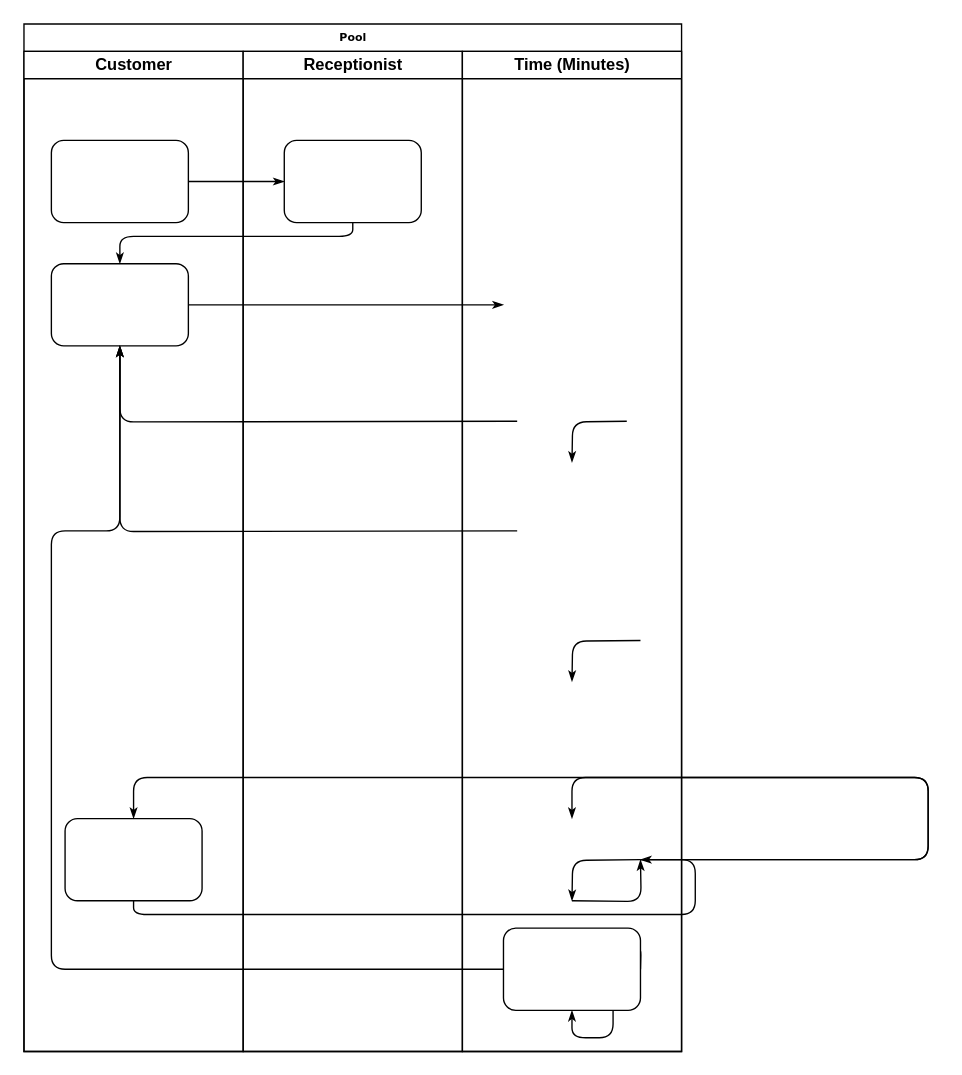
doyaoencab/draw.io keeps this draw.io diagram as Untitled Diagram.drawio. Above is the earlier version. Source tidied: cells renumbered, new cells numbered last; positions are measured from the earlier drawing's top-left corner, leaving out a move shared by most shapes. Both pictures are drawn from the tidied source at 137%, with x=0, y=0 at pixel (23, 23).
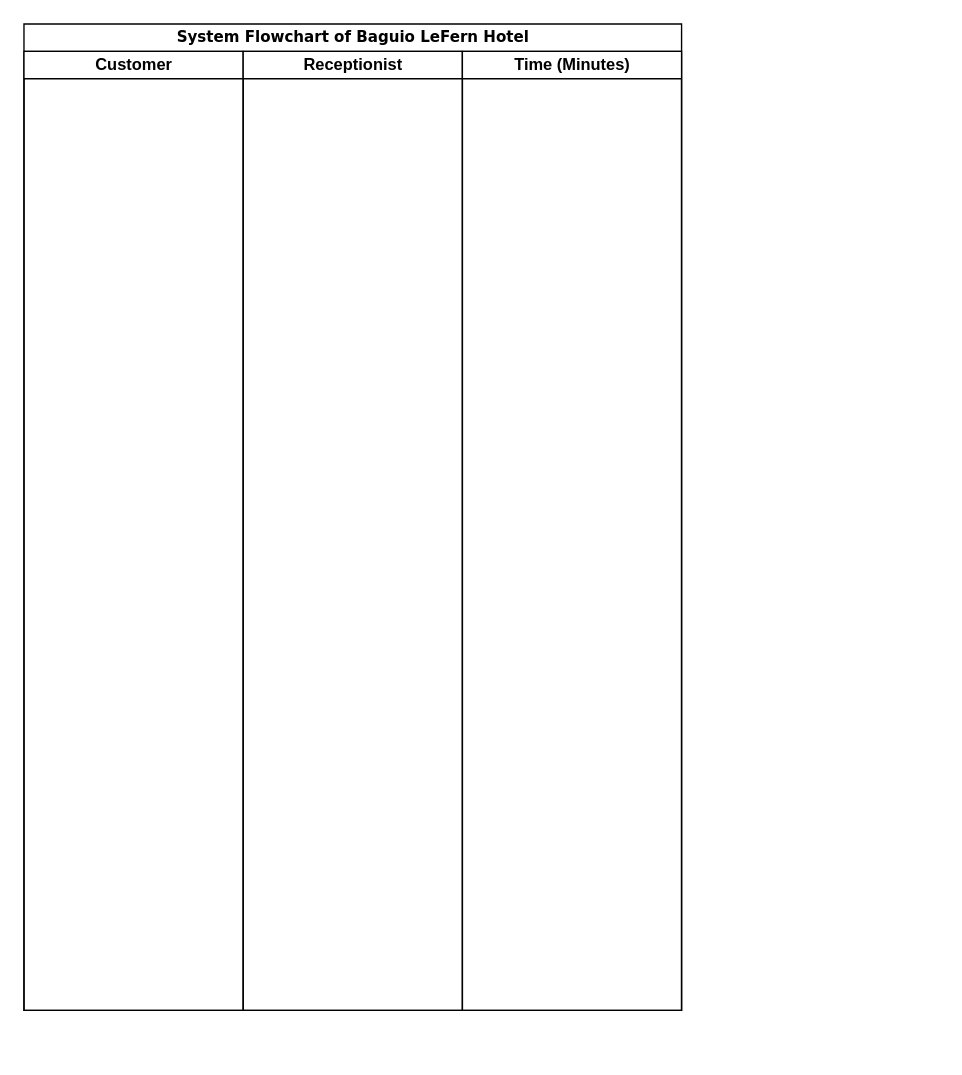
The same diagram, later.

Diff of the diagram source:
```diff
@@
-    <mxCell id="2" value="Pool" style="swimlane;html=1;startSize=20;rounded=0;shadow=0;labelBackgroundColor=none;strokeWidth=1;fontFamily=Verdana;fontSize=8;align=center;" parent="1" vertex="1">
-      <mxGeometry width="480" height="750" as="geometry" />
+    <mxCell id="2" value="&lt;font style=&quot;font-size: 11px;&quot;&gt;System Flowchart of Baguio LeFern Hotel&lt;/font&gt;" style="swimlane;html=1;startSize=20;rounded=0;shadow=0;labelBackgroundColor=none;strokeWidth=1;fontFamily=Verdana;fontSize=8;align=center;" parent="1" vertex="1">
+      <mxGeometry width="480" height="720" as="geometry" />
     </mxCell>
     <mxCell id="3" value="Customer" style="swimlane;html=1;startSize=20;" parent="2" vertex="1">
-      <mxGeometry y="20" width="160" height="730" as="geometry" />
+      <mxGeometry y="20" width="160" height="700" as="geometry" />
     </mxCell>
-    <mxCell id="4" style="rounded=1;whiteSpace=wrap;html=1;shadow=0;labelBackgroundColor=none;strokeWidth=1;fontFamily=Verdana;fontSize=8;align=center;" parent="3" vertex="1">
-      <mxGeometry x="20" y="65" width="100" height="60" as="geometry" />
-    </mxCell>
-    <mxCell id="5" style="rounded=1;whiteSpace=wrap;html=1;shadow=0;labelBackgroundColor=none;strokeWidth=1;fontFamily=Verdana;fontSize=8;align=center;" parent="3" vertex="1">
-      <mxGeometry x="20" y="155" width="100" height="60" as="geometry" />
-    </mxCell>
-    <mxCell id="6" style="rounded=1;whiteSpace=wrap;html=1;shadow=0;labelBackgroundColor=none;strokeWidth=1;fontFamily=Verdana;fontSize=8;align=center;" parent="3" vertex="1">
-      <mxGeometry x="30" y="560" width="100" height="60" as="geometry" />
-    </mxCell>
-    <mxCell id="7" style="edgeStyle=orthogonalEdgeStyle;rounded=1;html=1;labelBackgroundColor=none;startArrow=none;startFill=0;startSize=5;endArrow=classicThin;endFill=1;endSize=5;jettySize=auto;strokeWidth=1;fontFamily=Verdana;fontSize=8;" parent="2" edge="1" source="4" target="23">
-      <mxGeometry relative="1" as="geometry" />
-    </mxCell>
-    <mxCell id="8" style="edgeStyle=orthogonalEdgeStyle;rounded=1;html=1;labelBackgroundColor=none;startArrow=none;startFill=0;startSize=5;endArrow=classicThin;endFill=1;endSize=5;jettySize=auto;strokeWidth=1;fontFamily=Verdana;fontSize=8;" parent="2" edge="1" source="23" target="5">
-      <mxGeometry relative="1" as="geometry">
-        <Array as="points">
-          <mxPoint x="240" y="155" />
-          <mxPoint x="70" y="155" />
-        </Array>
-      </mxGeometry>
-    </mxCell>
-    <mxCell id="9" style="edgeStyle=orthogonalEdgeStyle;rounded=1;html=1;labelBackgroundColor=none;startArrow=none;startFill=0;startSize=5;endArrow=classicThin;endFill=1;endSize=5;jettySize=auto;strokeWidth=1;fontFamily=Verdana;fontSize=8;" parent="2" edge="1" source="5">
-      <mxGeometry relative="1" as="geometry">
-        <mxPoint x="350" y="205" as="targetPoint" />
-      </mxGeometry>
-    </mxCell>
-    <mxCell id="10" style="edgeStyle=orthogonalEdgeStyle;rounded=1;html=1;labelBackgroundColor=none;startArrow=none;startFill=0;startSize=5;endArrow=classicThin;endFill=1;endSize=5;jettySize=auto;strokeWidth=1;fontFamily=Verdana;fontSize=8;" parent="2" edge="1" target="5">
-      <mxGeometry relative="1" as="geometry">
-        <mxPoint x="360" y="290" as="sourcePoint" />
-      </mxGeometry>
-    </mxCell>
-    <mxCell id="11" style="edgeStyle=orthogonalEdgeStyle;rounded=1;html=1;labelBackgroundColor=none;startArrow=none;startFill=0;startSize=5;endArrow=classicThin;endFill=1;endSize=5;jettySize=auto;strokeWidth=1;fontFamily=Verdana;fontSize=8;" parent="2" edge="1" target="5">
-      <mxGeometry relative="1" as="geometry">
-        <mxPoint x="360" y="370" as="sourcePoint" />
-      </mxGeometry>
-    </mxCell>
-    <mxCell id="12" style="edgeStyle=orthogonalEdgeStyle;rounded=1;html=1;labelBackgroundColor=none;startArrow=none;startFill=0;startSize=5;endArrow=classicThin;endFill=1;endSize=5;jettySize=auto;strokeWidth=1;fontFamily=Verdana;fontSize=8;" parent="2" edge="1" target="5">
-      <mxGeometry relative="1" as="geometry">
-        <mxPoint x="360" y="690" as="sourcePoint" />
-        <Array as="points">
-          <mxPoint x="20" y="690" />
-          <mxPoint x="20" y="370" />
-          <mxPoint x="70" y="370" />
-        </Array>
-      </mxGeometry>
-    </mxCell>
-    <mxCell id="13" style="edgeStyle=orthogonalEdgeStyle;rounded=1;html=1;labelBackgroundColor=none;startArrow=none;startFill=0;startSize=5;endArrow=classicThin;endFill=1;endSize=5;jettySize=auto;orthogonalLoop=1;strokeWidth=1;fontFamily=Verdana;fontSize=8;" parent="2" edge="1">
-      <mxGeometry relative="1" as="geometry">
-        <mxPoint x="440" y="290" as="sourcePoint" />
-        <mxPoint x="400" y="320" as="targetPoint" />
-      </mxGeometry>
-    </mxCell>
-    <mxCell id="14" style="edgeStyle=orthogonalEdgeStyle;rounded=1;html=1;labelBackgroundColor=none;startArrow=none;startFill=0;startSize=5;endArrow=classicThin;endFill=1;endSize=5;jettySize=auto;orthogonalLoop=1;strokeWidth=1;fontFamily=Verdana;fontSize=8;" parent="2" edge="1">
-      <mxGeometry relative="1" as="geometry">
-        <mxPoint x="440" y="690" as="sourcePoint" />
-        <mxPoint x="400" y="720" as="targetPoint" />
-      </mxGeometry>
-    </mxCell>
-    <mxCell id="15" style="edgeStyle=orthogonalEdgeStyle;rounded=1;html=1;labelBackgroundColor=none;startArrow=none;startFill=0;startSize=5;endArrow=classicThin;endFill=1;endSize=5;jettySize=auto;strokeWidth=1;fontFamily=Verdana;fontSize=8;" parent="2" edge="1" target="25">
-      <mxGeometry relative="1" as="geometry">
-        <mxPoint x="450" y="690" as="sourcePoint" />
-      </mxGeometry>
-    </mxCell>
-    <mxCell id="16" style="edgeStyle=orthogonalEdgeStyle;rounded=1;html=1;labelBackgroundColor=none;startArrow=none;startFill=0;startSize=5;endArrow=classicThin;endFill=1;endSize=5;jettySize=auto;orthogonalLoop=1;strokeWidth=1;fontFamily=Verdana;fontSize=8;" parent="2" edge="1">
-      <mxGeometry relative="1" as="geometry">
-        <mxPoint x="450" y="450" as="sourcePoint" />
-        <mxPoint x="400" y="480" as="targetPoint" />
-      </mxGeometry>
-    </mxCell>
-    <mxCell id="17" style="edgeStyle=orthogonalEdgeStyle;rounded=1;html=1;labelBackgroundColor=none;startArrow=none;startFill=0;startSize=5;endArrow=classicThin;endFill=1;endSize=5;jettySize=auto;orthogonalLoop=1;strokeWidth=1;fontFamily=Verdana;fontSize=8;" parent="2" edge="1">
-      <mxGeometry relative="1" as="geometry">
-        <mxPoint x="450" y="610" as="sourcePoint" />
-        <mxPoint x="400" y="580" as="targetPoint" />
-        <Array as="points">
-          <mxPoint x="660" y="610" />
-          <mxPoint x="660" y="550" />
-          <mxPoint x="400" y="550" />
-        </Array>
-      </mxGeometry>
-    </mxCell>
-    <mxCell id="18" style="edgeStyle=orthogonalEdgeStyle;rounded=1;html=1;labelBackgroundColor=none;startArrow=none;startFill=0;startSize=5;endArrow=classicThin;endFill=1;endSize=5;jettySize=auto;orthogonalLoop=1;strokeColor=#000000;strokeWidth=1;fontFamily=Verdana;fontSize=8;fontColor=#000000;" parent="2" edge="1">
-      <mxGeometry relative="1" as="geometry">
-        <mxPoint x="400" y="640" as="sourcePoint" />
-        <mxPoint x="450" y="610" as="targetPoint" />
-      </mxGeometry>
-    </mxCell>
-    <mxCell id="19" style="edgeStyle=orthogonalEdgeStyle;rounded=1;html=1;labelBackgroundColor=none;startArrow=none;startFill=0;startSize=5;endArrow=classicThin;endFill=1;endSize=5;jettySize=auto;strokeWidth=1;fontFamily=Verdana;fontSize=8;" parent="2" edge="1" target="6">
-      <mxGeometry relative="1" as="geometry">
-        <mxPoint x="450" y="610" as="sourcePoint" />
-        <Array as="points">
-          <mxPoint x="660" y="610" />
-          <mxPoint x="660" y="550" />
-          <mxPoint x="80" y="550" />
-        </Array>
-      </mxGeometry>
-    </mxCell>
-    <mxCell id="20" style="edgeStyle=orthogonalEdgeStyle;rounded=1;html=1;labelBackgroundColor=none;startArrow=none;startFill=0;startSize=5;endArrow=classicThin;endFill=1;endSize=5;jettySize=auto;strokeWidth=1;fontFamily=Verdana;fontSize=8;" parent="2" edge="1" source="6">
-      <mxGeometry relative="1" as="geometry">
-        <mxPoint x="450" y="610" as="targetPoint" />
-        <Array as="points">
-          <mxPoint x="80" y="650" />
-          <mxPoint x="490" y="650" />
-          <mxPoint x="490" y="610" />
-        </Array>
-      </mxGeometry>
-    </mxCell>
-    <mxCell id="21" style="edgeStyle=orthogonalEdgeStyle;rounded=1;html=1;labelBackgroundColor=none;startArrow=none;startFill=0;startSize=5;endArrow=classicThin;endFill=1;endSize=5;jettySize=auto;orthogonalLoop=1;strokeWidth=1;fontFamily=Verdana;fontSize=8;" parent="2" edge="1">
-      <mxGeometry relative="1" as="geometry">
-        <mxPoint x="450" y="610" as="sourcePoint" />
-        <mxPoint x="400" y="640" as="targetPoint" />
-      </mxGeometry>
-    </mxCell>
     <mxCell id="22" value="Receptionist" style="swimlane;html=1;startSize=20;" parent="2" vertex="1">
-      <mxGeometry x="160" y="20" width="160" height="730" as="geometry" />
+      <mxGeometry x="160" y="20" width="160" height="700" as="geometry" />
     </mxCell>
-    <mxCell id="23" style="rounded=1;whiteSpace=wrap;html=1;shadow=0;labelBackgroundColor=none;strokeWidth=1;fontFamily=Verdana;fontSize=8;align=center;" parent="22" vertex="1">
-      <mxGeometry x="30" y="65" width="100" height="60" as="geometry" />
-    </mxCell>
     <mxCell id="24" value="Time (Minutes)" style="swimlane;html=1;startSize=20;" parent="2" vertex="1">
-      <mxGeometry x="320" y="20" width="160" height="730" as="geometry" />
+      <mxGeometry x="320" y="20" width="160" height="700" as="geometry" />
     </mxCell>
-    <mxCell id="25" style="rounded=1;whiteSpace=wrap;html=1;shadow=0;labelBackgroundColor=none;strokeWidth=1;fontFamily=Verdana;fontSize=8;align=center;" parent="24" vertex="1">
-      <mxGeometry x="30" y="640" width="100" height="60" as="geometry" />
-    </mxCell>
```
